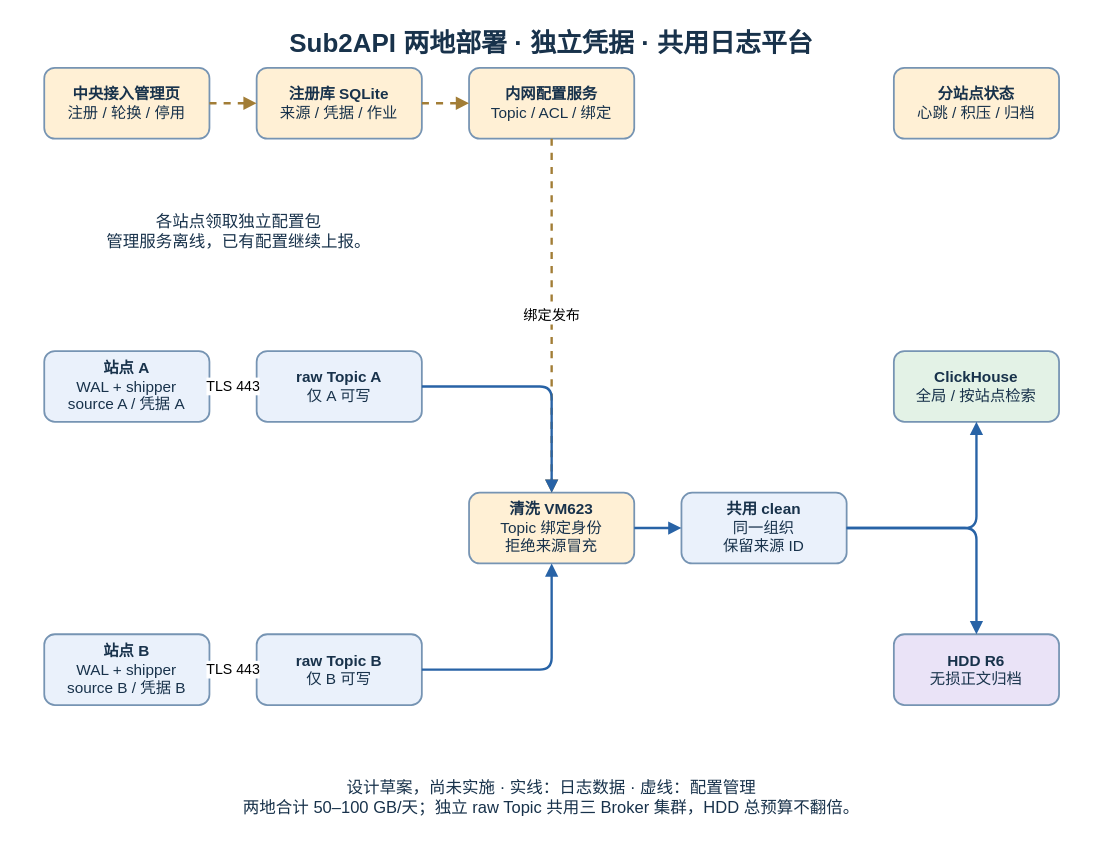
Earlier version of the draw.io diagram deploy/ai-log-multi-site.drawio (MaYiding/sub2api). Source tidied: cells renumbered, new cells numbered last; positions are measured from the earlier drawing's top-left corner, leaving out a move shared by most shapes. Both pictures are drawn from the tidied source at 118%, with x=0, y=0 at pixel (20, 20).
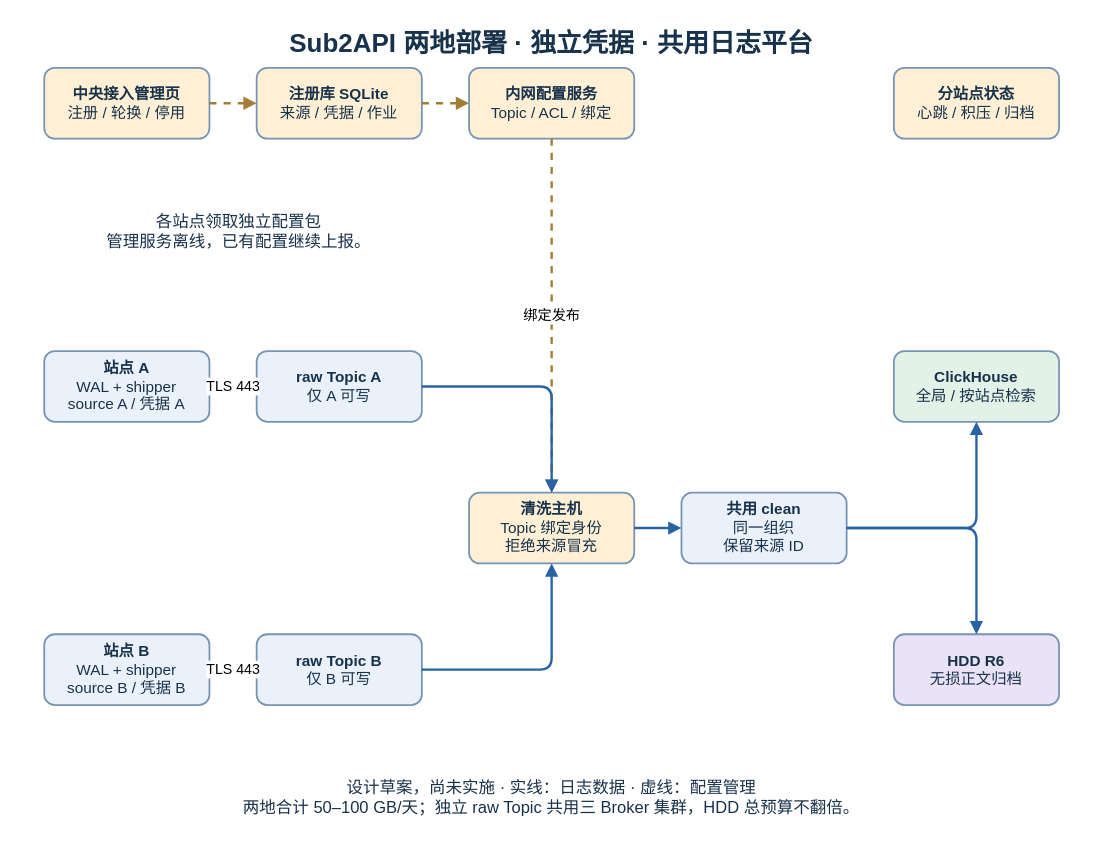
Above is the later version.

Change to the diagram source:
```diff
@@
-    <mxCell id="11" value="&lt;b&gt;清洗 VM623&lt;/b&gt;&lt;br&gt;Topic 绑定身份&lt;br&gt;拒绝来源冒充" style="rounded=1;whiteSpace=wrap;html=1;fontSize=13;fontColor=#18324b;spacing=7;fillColor=#fff0d5;strokeColor=#7694b3;strokeWidth=1.5;" parent="1" vertex="1">
+    <mxCell id="11" value="&lt;b&gt;清洗主机&lt;/b&gt;&lt;br&gt;Topic 绑定身份&lt;br&gt;拒绝来源冒充" style="rounded=1;whiteSpace=wrap;html=1;fontSize=13;fontColor=#18324b;spacing=7;fillColor=#fff0d5;strokeColor=#7694b3;strokeWidth=1.5;" parent="1" vertex="1">
       <mxGeometry x="380" y="400" width="140" height="60" as="geometry" />
     </mxCell>
```
